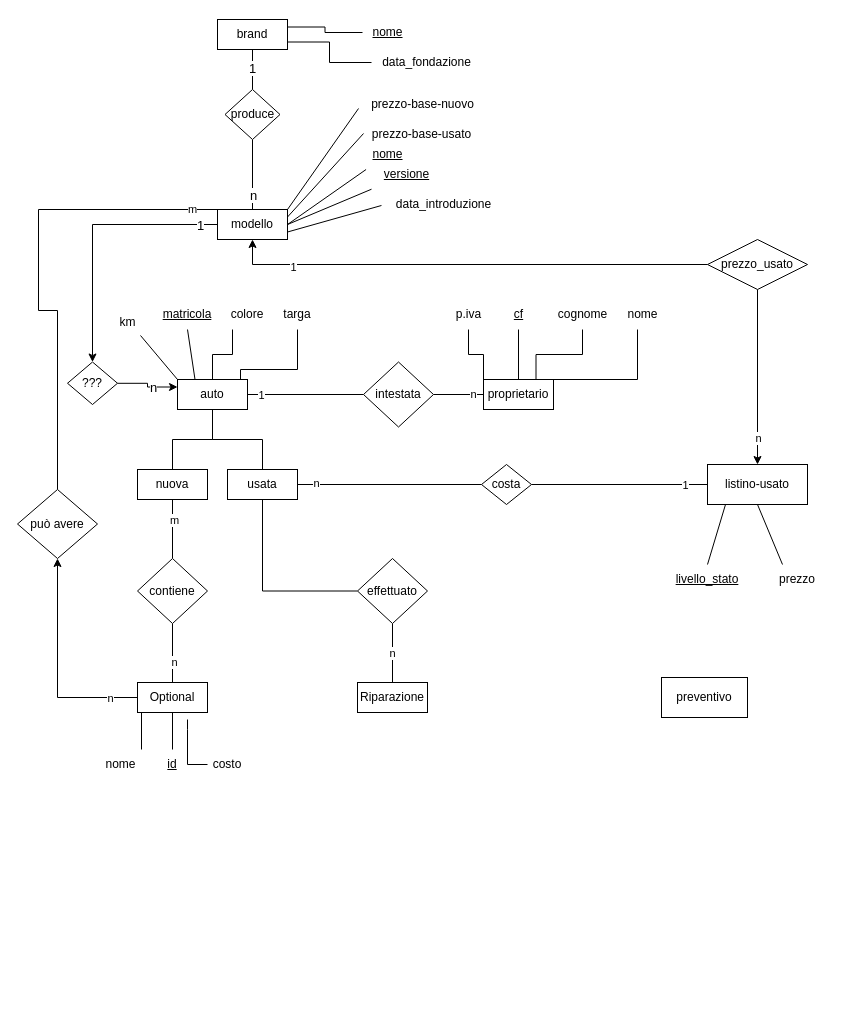
This is Concessionaria.drawio from scinfu/paleocapa-info, a draw.io file, before an edit. Source tidied: cells renumbered, new cells numbered last; positions are measured from the earlier drawing's top-left corner, leaving out a move shared by most shapes. Both pictures are drawn from the tidied source at 100%, with x=0, y=0 at pixel (17, 17).
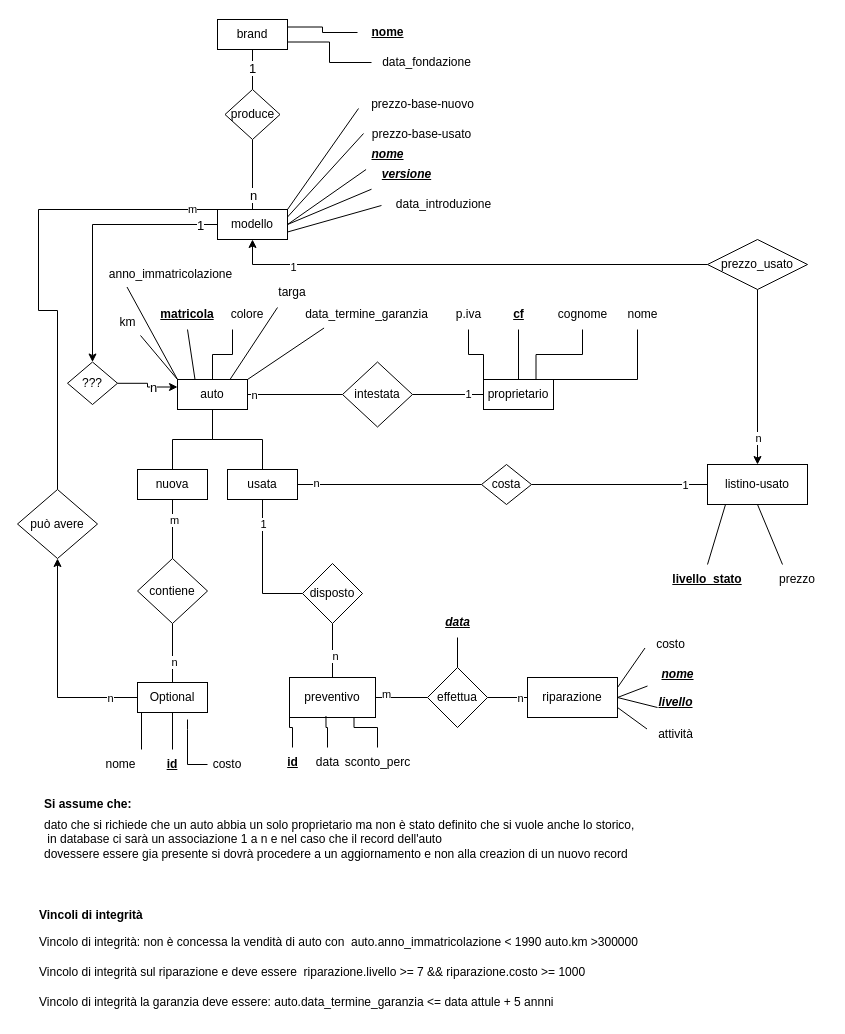
After the change.

Unchanged cells that the change refers to:
```xml
<mxCell id="2" style="edgeStyle=orthogonalEdgeStyle;rounded=0;jettySize=auto;html=1;entryX=0;entryY=0.5;entryDx=0;entryDy=0;endArrow=none;endFill=0;" parent="1" edge="1" source="4" target="18">
  <mxGeometry relative="1" as="geometry" />
</mxCell>
<mxCell id="4" value="auto" style="rounded=0;whiteSpace=wrap;html=1;" parent="1" vertex="1">
  <mxGeometry x="160" y="362" width="70" height="30" as="geometry" />
</mxCell>
<mxCell id="10" value="usata" style="rounded=0;whiteSpace=wrap;html=1;" parent="1" vertex="1">
  <mxGeometry x="210" y="452" width="70" height="30" as="geometry" />
</mxCell>
<mxCell id="14" style="edgeStyle=orthogonalEdgeStyle;rounded=0;jettySize=auto;html=1;entryX=1;entryY=0.5;entryDx=0;entryDy=0;endArrow=none;endFill=0;" parent="1" edge="1" source="16" target="18">
  <mxGeometry relative="1" as="geometry" />
</mxCell>
```

Change to the diagram source:
```diff
@@
-    <mxCell id="3" value="1" style="edgeLabel;html=1;align=center;verticalAlign=middle;" parent="2" vertex="1">
+    <mxCell id="3" value="n" style="edgeLabel;html=1;align=center;verticalAlign=middle;" parent="2" vertex="1">
       <mxGeometry x="-0.34" relative="1" as="geometry">
         <mxPoint x="-25" as="offset" />
       </mxGeometry>
     </mxCell>
@@
-    <mxCell id="15" value="n" style="edgeLabel;html=1;align=center;verticalAlign=middle;" parent="14" vertex="1">
+    <mxCell id="15" value="1" style="edgeLabel;html=1;align=center;verticalAlign=middle;" parent="14" vertex="1">
       <mxGeometry x="-0.56" y="-1" relative="1" as="geometry" />
     </mxCell>
@@
-    <mxCell id="17" value="Riparazione" style="rounded=0;whiteSpace=wrap;html=1;" parent="1" vertex="1">
-      <mxGeometry x="340" y="665" width="70" height="30" as="geometry" />
-    </mxCell>
     <mxCell id="18" value="intestata" style="rhombus;whiteSpace=wrap;html=1;" parent="1" vertex="1">
-      <mxGeometry x="346" y="344.5" width="70" height="65" as="geometry" />
+      <mxGeometry x="325" y="344.5" width="70" height="65" as="geometry" />
     </mxCell>
@@
-    <mxCell id="22" style="edgeStyle=orthogonalEdgeStyle;rounded=0;jettySize=auto;html=1;entryX=0.5;entryY=1;entryDx=0;entryDy=0;endArrow=none;endFill=0;" parent="1" edge="1" source="24" target="10">
-      <mxGeometry relative="1" as="geometry" />
-    </mxCell>
-    <mxCell id="23" value="n" style="edgeStyle=orthogonalEdgeStyle;rounded=0;jettySize=auto;html=1;entryX=0.5;entryY=0;entryDx=0;entryDy=0;endArrow=none;endFill=0;" parent="1" edge="1" source="24" target="17">
-      <mxGeometry relative="1" as="geometry" />
-    </mxCell>
-    <mxCell id="24" value="effettuato" style="rhombus;whiteSpace=wrap;html=1;" parent="1" vertex="1">
-      <mxGeometry x="340" y="541" width="70" height="65" as="geometry" />
-    </mxCell>
-    <mxCell id="25" value="matricola" style="text;html=1;strokeColor=none;fillColor=none;align=center;verticalAlign=middle;whiteSpace=wrap;rounded=0;fontStyle=4;" parent="1" vertex="1">
+    <mxCell id="25" value="&lt;b&gt;matricola&lt;/b&gt;" style="text;html=1;strokeColor=none;fillColor=none;align=center;verticalAlign=middle;whiteSpace=wrap;rounded=0;fontStyle=4;" parent="1" vertex="1">
       <mxGeometry x="140" y="282" width="60" height="30" as="geometry" />
     </mxCell>
@@
-    <mxCell id="28" style="edgeStyle=orthogonalEdgeStyle;rounded=0;jettySize=auto;html=1;exitX=0.5;exitY=1;exitDx=0;exitDy=0;entryX=0.75;entryY=0;entryDx=0;entryDy=0;endArrow=none;endFill=0;" parent="1" edge="1" source="29" target="4">
-      <mxGeometry relative="1" as="geometry">
-        <Array as="points">
-          <mxPoint x="280" y="352" />
-          <mxPoint x="223" y="352" />
-        </Array>
-      </mxGeometry>
-    </mxCell>
     <mxCell id="29" value="targa" style="text;html=1;strokeColor=none;fillColor=none;align=center;verticalAlign=middle;whiteSpace=wrap;rounded=0;" parent="1" vertex="1">
-      <mxGeometry x="250" y="282" width="60" height="30" as="geometry" />
+      <mxGeometry x="245" y="260" width="60" height="30" as="geometry" />
     </mxCell>
@@
-    <mxCell id="35" value="cf" style="text;html=1;align=center;verticalAlign=middle;points=[];strokeColor=none;fillColor=none;fontStyle=4;" parent="1" vertex="1">
+    <mxCell id="35" value="&lt;b&gt;cf&lt;/b&gt;" style="text;html=1;align=center;verticalAlign=middle;points=[];strokeColor=none;fillColor=none;fontStyle=4;" parent="1" vertex="1">
       <mxGeometry x="486" y="282" width="30" height="30" as="geometry" />
     </mxCell>
@@
-    <mxCell id="50" value="id" style="text;html=1;strokeColor=none;fillColor=none;align=center;verticalAlign=middle;whiteSpace=wrap;rounded=0;fontStyle=4;" parent="1" vertex="1">
+    <mxCell id="50" value="&lt;b&gt;id&lt;/b&gt;" style="text;html=1;strokeColor=none;fillColor=none;align=center;verticalAlign=middle;whiteSpace=wrap;rounded=0;fontStyle=4;" parent="1" vertex="1">
       <mxGeometry x="130" y="732" width="50" height="30" as="geometry" />
     </mxCell>
@@
-    <mxCell id="52" value="nome" style="text;html=1;align=center;verticalAlign=middle;points=[];strokeColor=none;fillColor=none;fontStyle=4;" parent="1" vertex="1">
-      <mxGeometry x="345" width="50" height="30" as="geometry" />
+    <mxCell id="52" value="&lt;b&gt;nome&lt;/b&gt;" style="text;html=1;align=center;verticalAlign=middle;points=[];strokeColor=none;fillColor=none;fontStyle=4;" parent="1" vertex="1">
+      <mxGeometry x="340" width="60" height="30" as="geometry" />
     </mxCell>
@@
-    <mxCell id="58" value="nome" style="text;html=1;align=center;verticalAlign=middle;points=[];strokeColor=none;fillColor=none;fontStyle=4;" parent="1" vertex="1">
-      <mxGeometry x="345" y="122" width="50" height="30" as="geometry" />
+    <mxCell id="58" value="&lt;i&gt;&lt;b&gt;nome&lt;/b&gt;&lt;/i&gt;" style="text;html=1;align=center;verticalAlign=middle;points=[];strokeColor=none;fillColor=none;fontStyle=4;" parent="1" vertex="1">
+      <mxGeometry x="340" y="122" width="60" height="30" as="geometry" />
     </mxCell>
-    <mxCell id="59" value="versione" style="text;html=1;align=center;verticalAlign=middle;points=[];strokeColor=none;fillColor=none;fontStyle=4;" parent="1" vertex="1">
+    <mxCell id="59" value="&lt;b&gt;&lt;i&gt;versione&lt;/i&gt;&lt;/b&gt;" style="text;html=1;align=center;verticalAlign=middle;points=[];strokeColor=none;fillColor=none;fontStyle=4;" parent="1" vertex="1">
       <mxGeometry x="354" y="142" width="70" height="30" as="geometry" />
     </mxCell>
@@
-    <mxCell id="88" value="livello_stato" style="text;html=1;strokeColor=none;fillColor=none;align=center;verticalAlign=middle;whiteSpace=wrap;rounded=0;fontStyle=4;" parent="1" vertex="1">
+    <mxCell id="88" value="&lt;b&gt;livello_stato&lt;/b&gt;" style="text;html=1;strokeColor=none;fillColor=none;align=center;verticalAlign=middle;whiteSpace=wrap;rounded=0;fontStyle=4;" parent="1" vertex="1">
       <mxGeometry x="650" y="547" width="80" height="30" as="geometry" />
     </mxCell>
@@
     <mxCell id="91" value="preventivo" style="whiteSpace=wrap;html=1;" parent="1" vertex="1">
-      <mxGeometry x="644" y="660" width="86" height="40" as="geometry" />
+      <mxGeometry x="272" y="660" width="86" height="40" as="geometry" />
     </mxCell>
+    <mxCell id="92" style="edgeStyle=orthogonalEdgeStyle;rounded=0;jettySize=auto;html=1;entryX=0.5;entryY=1;entryDx=0;entryDy=0;endArrow=none;endFill=0;" parent="1" edge="1" source="96" target="10">
+      <mxGeometry relative="1" as="geometry" />
+    </mxCell>
+    <mxCell id="93" value="1" style="edgeLabel;html=1;align=center;verticalAlign=middle;" parent="92" vertex="1">
+      <mxGeometry x="0.65" y="1" relative="1" as="geometry">
+        <mxPoint x="1" y="1" as="offset" />
+      </mxGeometry>
+    </mxCell>
+    <mxCell id="94" style="edgeStyle=orthogonalEdgeStyle;rounded=0;jettySize=auto;html=1;entryX=0.5;entryY=0;entryDx=0;entryDy=0;endArrow=none;endFill=0;" parent="1" edge="1" source="96" target="91">
+      <mxGeometry relative="1" as="geometry" />
+    </mxCell>
+    <mxCell id="95" value="n" style="edgeLabel;html=1;align=center;verticalAlign=middle;" parent="94" vertex="1">
+      <mxGeometry x="0.19" y="2" relative="1" as="geometry" />
+    </mxCell>
+    <mxCell id="96" value="disposto" style="rhombus;whiteSpace=wrap;html=1;" parent="1" vertex="1">
+      <mxGeometry x="285" y="546" width="60" height="60" as="geometry" />
+    </mxCell>
+    <mxCell id="97" style="edgeStyle=orthogonalEdgeStyle;rounded=0;jettySize=auto;html=1;exitX=0;exitY=0.5;exitDx=0;exitDy=0;entryX=1;entryY=0.5;entryDx=0;entryDy=0;endArrow=none;endFill=0;" parent="1" edge="1" source="99" target="105">
+      <mxGeometry relative="1" as="geometry" />
+    </mxCell>
+    <mxCell id="98" value="n" style="edgeLabel;html=1;align=center;verticalAlign=middle;" parent="97" vertex="1">
+      <mxGeometry x="-0.53" relative="1" as="geometry">
+        <mxPoint x="1" as="offset" />
+      </mxGeometry>
+    </mxCell>
+    <mxCell id="99" value="riparazione" style="whiteSpace=wrap;html=1;" parent="1" vertex="1">
+      <mxGeometry x="510" y="660" width="90" height="40" as="geometry" />
+    </mxCell>
+    <mxCell id="100" value="&lt;span&gt;&lt;span&gt;livello&lt;/span&gt;&lt;/span&gt;" style="text;html=1;align=center;verticalAlign=middle;points=[];strokeColor=none;fillColor=none;fontStyle=7;" parent="1" vertex="1">
+      <mxGeometry x="628" y="670" width="60" height="30" as="geometry" />
+    </mxCell>
+    <mxCell id="101" style="endArrow=none;html=1;rounded=0;entryX=-0.01;entryY=0.617;entryDx=0;entryDy=0;entryPerimeter=0;exitX=1;exitY=0.25;exitDx=0;exitDy=0;" parent="1" edge="1" source="99" target="125">
+      <mxGeometry relative="1" as="geometry" />
+    </mxCell>
+    <mxCell id="102" style="endArrow=none;html=1;rounded=0;entryX=0.2;entryY=0.667;entryDx=0;entryDy=0;entryPerimeter=0;exitX=1;exitY=0.5;exitDx=0;exitDy=0;" parent="1" edge="1" source="99" target="100">
+      <mxGeometry relative="1" as="geometry" />
+    </mxCell>
+    <mxCell id="103" style="edgeStyle=orthogonalEdgeStyle;rounded=0;jettySize=auto;html=1;entryX=1;entryY=0.5;entryDx=0;entryDy=0;endArrow=none;endFill=0;" parent="1" edge="1" source="105" target="91">
+      <mxGeometry relative="1" as="geometry" />
+    </mxCell>
+    <mxCell id="104" value="m" style="edgeLabel;html=1;align=center;verticalAlign=middle;" parent="103" vertex="1">
+      <mxGeometry x="0.63" y="-4" relative="1" as="geometry" />
+    </mxCell>
+    <mxCell id="105" value="effettua" style="rhombus;whiteSpace=wrap;html=1;" parent="1" vertex="1">
+      <mxGeometry x="410" y="650" width="60" height="60" as="geometry" />
+    </mxCell>
+    <mxCell id="106" value="&lt;b&gt;Si assume che:&lt;/b&gt;" style="text;html=1;align=left;verticalAlign=middle;strokeColor=none;fillColor=none;" parent="1" vertex="1">
+      <mxGeometry x="25" y="772" width="110" height="30" as="geometry" />
+    </mxCell>
+    <mxCell id="107" value="dato che si richiede che un auto abbia un solo proprietario ma non è stato definito che si vuole anche lo storico,&lt;br&gt;&amp;nbsp;in database ci sarà un associazione 1 a n e nel caso che il record dell'auto &lt;br&gt;dovessere essere gia presente si dovrà procedere a un aggiornamento e non alla creazion di un nuovo record" style="text;html=1;align=left;verticalAlign=middle;strokeColor=none;fillColor=none;" parent="1" vertex="1">
+      <mxGeometry x="25" y="792" width="610" height="60" as="geometry" />
+    </mxCell>
+    <mxCell id="108" value="data" style="text;html=1;align=center;verticalAlign=middle;points=[];strokeColor=none;fillColor=none;" parent="1" vertex="1">
+      <mxGeometry x="285" y="730" width="50" height="30" as="geometry" />
+    </mxCell>
+    <mxCell id="109" style="edgeStyle=orthogonalEdgeStyle;rounded=0;jettySize=auto;html=1;entryX=0;entryY=1;entryDx=0;entryDy=0;endArrow=none;endFill=0;" parent="1" edge="1" source="110" target="91">
+      <mxGeometry relative="1" as="geometry" />
+    </mxCell>
+    <mxCell id="110" value="&lt;b&gt;&lt;u style=&quot;&quot;&gt;id&lt;/u&gt;&lt;/b&gt;" style="text;html=1;align=center;verticalAlign=middle;points=[];strokeColor=none;fillColor=none;" parent="1" vertex="1">
+      <mxGeometry x="260" y="730" width="30" height="30" as="geometry" />
+    </mxCell>
+    <mxCell id="111" style="edgeStyle=orthogonalEdgeStyle;rounded=0;jettySize=auto;html=1;entryX=0.5;entryY=0;entryDx=0;entryDy=0;endArrow=none;endFill=0;" parent="1" edge="1" source="112" target="105">
+      <mxGeometry relative="1" as="geometry" />
+    </mxCell>
+    <mxCell id="112" value="&lt;b&gt;&lt;i&gt;&lt;u&gt;data&lt;/u&gt;&lt;/i&gt;&lt;/b&gt;" style="text;html=1;align=center;verticalAlign=middle;points=[];strokeColor=none;fillColor=none;" parent="1" vertex="1">
+      <mxGeometry x="415" y="590" width="50" height="30" as="geometry" />
+    </mxCell>
+    <mxCell id="113" style="edgeStyle=orthogonalEdgeStyle;rounded=0;jettySize=auto;html=1;entryX=0.75;entryY=1;entryDx=0;entryDy=0;endArrow=none;endFill=0;" parent="1" edge="1" source="114" target="91">
+      <mxGeometry relative="1" as="geometry" />
+    </mxCell>
+    <mxCell id="114" value="sconto_perc" style="text;html=1;align=center;verticalAlign=middle;points=[];strokeColor=none;fillColor=none;" parent="1" vertex="1">
+      <mxGeometry x="315" y="730" width="90" height="30" as="geometry" />
+    </mxCell>
+    <mxCell id="115" style="edgeStyle=orthogonalEdgeStyle;rounded=0;jettySize=auto;html=1;entryX=0.424;entryY=0.963;entryDx=0;entryDy=0;entryPerimeter=0;endArrow=none;endFill=0;" parent="1" edge="1" source="108" target="91">
+      <mxGeometry relative="1" as="geometry" />
+    </mxCell>
+    <mxCell id="116" value="Vincolo di integrità sul riparazione e deve essere&amp;nbsp; riparazione.livello &amp;gt;= 7 &amp;amp;&amp;amp; riparazione.costo &amp;gt;= 1000" style="text;html=1;align=left;verticalAlign=middle;strokeColor=none;fillColor=none;" parent="1" vertex="1">
+      <mxGeometry x="20" y="940" width="570" height="30" as="geometry" />
+    </mxCell>
+    <mxCell id="117" value="Vincolo di integrità: non è concessa la vendità di&amp;nbsp;auto con&amp;nbsp; auto.anno_immatricolazione &amp;lt; 1990 auto.km &amp;gt;300000" style="text;html=1;align=left;verticalAlign=middle;strokeColor=none;fillColor=none;" parent="1" vertex="1">
+      <mxGeometry x="20" y="910" width="620" height="30" as="geometry" />
+    </mxCell>
+    <mxCell id="118" value="anno_immatricolazione" style="text;html=1;align=center;verticalAlign=middle;points=[];strokeColor=none;fillColor=none;" parent="1" vertex="1">
+      <mxGeometry x="78" y="242" width="150" height="30" as="geometry" />
+    </mxCell>
+    <mxCell id="119" style="endArrow=none;html=1;rounded=0;entryX=0.21;entryY=0.917;entryDx=0;entryDy=0;entryPerimeter=0;exitX=0;exitY=0;exitDx=0;exitDy=0;" parent="1" edge="1" source="4" target="118">
+      <mxGeometry relative="1" as="geometry" />
+    </mxCell>
+    <mxCell id="120" value="data_termine_garanzia" style="text;html=1;align=center;verticalAlign=middle;points=[];strokeColor=none;fillColor=none;" parent="1" vertex="1">
+      <mxGeometry x="274" y="282" width="150" height="30" as="geometry" />
+    </mxCell>
+    <mxCell id="121" style="endArrow=none;html=1;rounded=0;entryX=0.25;entryY=1;entryDx=0;entryDy=0;exitX=0.75;exitY=0;exitDx=0;exitDy=0;" parent="1" edge="1" source="4" target="29">
+      <mxGeometry relative="1" as="geometry" />
+    </mxCell>
+    <mxCell id="122" style="endArrow=none;html=1;rounded=0;entryX=0.217;entryY=0.95;entryDx=0;entryDy=0;entryPerimeter=0;exitX=1;exitY=0;exitDx=0;exitDy=0;" parent="1" edge="1" source="4" target="120">
+      <mxGeometry relative="1" as="geometry" />
+    </mxCell>
+    <mxCell id="123" value="Vincolo di integrità la garanzia deve essere: auto.data_termine_garanzia &amp;lt;= data attule + 5 annni" style="text;html=1;align=left;verticalAlign=middle;strokeColor=none;fillColor=none;" parent="1" vertex="1">
+      <mxGeometry x="20" y="970" width="540" height="30" as="geometry" />
+    </mxCell>
+    <mxCell id="124" value="&lt;b&gt;Vincoli di integrità&lt;/b&gt;" style="text;html=1;align=left;verticalAlign=middle;strokeColor=none;fillColor=none;" parent="1" vertex="1">
+      <mxGeometry x="20" y="883" width="130" height="30" as="geometry" />
+    </mxCell>
+    <mxCell id="125" value="costo" style="text;html=1;align=center;verticalAlign=middle;points=[];strokeColor=none;fillColor=none;" parent="1" vertex="1">
+      <mxGeometry x="628" y="612" width="50" height="30" as="geometry" />
+    </mxCell>
+    <mxCell id="126" value="attività" style="text;html=1;align=center;verticalAlign=middle;points=[];strokeColor=none;fillColor=none;" parent="1" vertex="1">
+      <mxGeometry x="628" y="702" width="60" height="30" as="geometry" />
+    </mxCell>
+    <mxCell id="127" style="endArrow=none;html=1;rounded=0;entryX=0.025;entryY=0.317;entryDx=0;entryDy=0;entryPerimeter=0;exitX=1;exitY=0.75;exitDx=0;exitDy=0;" parent="1" edge="1" source="99" target="126">
+      <mxGeometry relative="1" as="geometry" />
+    </mxCell>
+    <mxCell id="128" value="nome" style="text;html=1;align=center;verticalAlign=middle;points=[];strokeColor=none;fillColor=none;fontStyle=7;" parent="1" vertex="1">
+      <mxGeometry x="630" y="642" width="60" height="30" as="geometry" />
+    </mxCell>
+    <mxCell id="129" style="endArrow=none;html=1;rounded=0;exitX=1;exitY=0.5;exitDx=0;exitDy=0;" parent="1" edge="1" source="99" target="128">
+      <mxGeometry relative="1" as="geometry" />
+    </mxCell>
```
